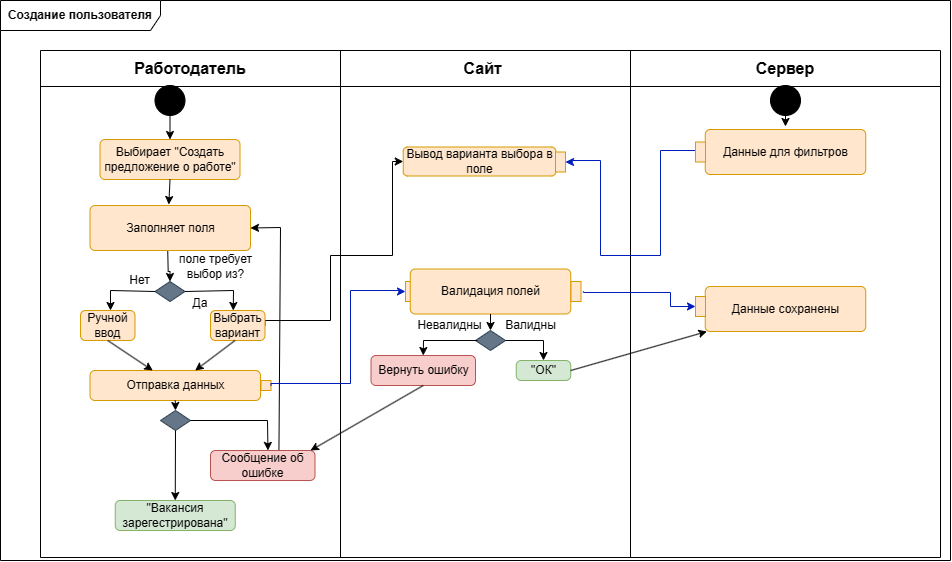
Above: Vacancy_publishing.drawio.png in Reem-Almasri/Freelancer-SPM (draw.io), before the change. Source tidied: cells renumbered, new cells last; positions are measured from the earlier drawing's top-left corner, leaving out a move shared by most shapes.
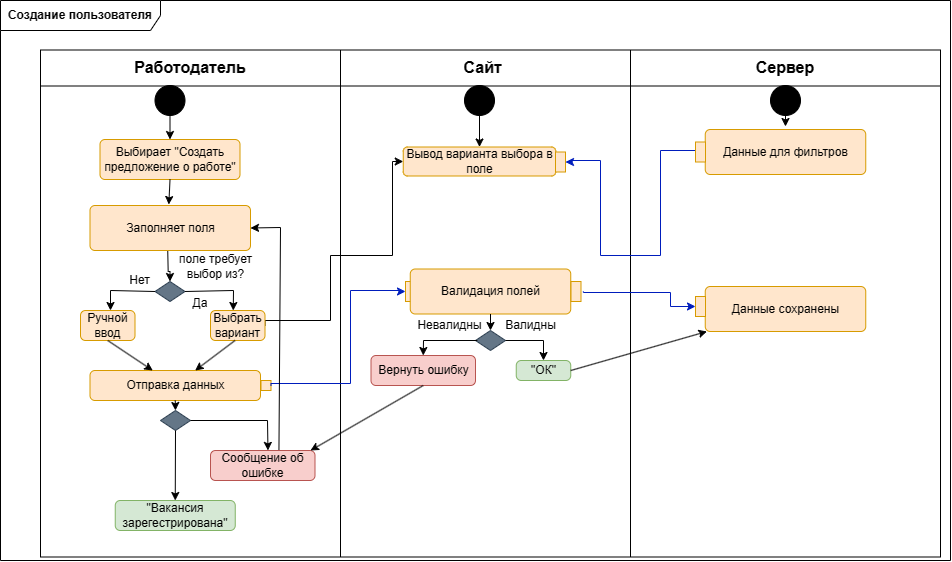
The same diagram one commit later.

Diff of the diagram source:
```diff
@@ -6,7 +6,7 @@
       <mxGeometry width="950" height="560" as="geometry" />
     </mxCell>
     <mxCell id="3" style="shape=table;startSize=0;fontSize=16;" parent="2" vertex="1">
-      <mxGeometry x="40" y="50" width="900" height="507" as="geometry" />
+      <mxGeometry x="40" y="49.5" width="900" height="507" as="geometry" />
     </mxCell>
     <mxCell id="4" style="shape=tableRow;horizontal=0;startSize=0;swimlaneHead=0;swimlaneBody=0;strokeColor=inherit;top=0;left=0;bottom=0;right=0;fillColor=none;fontSize=16;" parent="3" vertex="1">
       <mxGeometry width="900" height="36" as="geometry" />
@@ -248,5 +248,11 @@
     <mxCell id="61" style="endArrow=classic;html=1;rounded=0;exitX=0.5;exitY=1;exitDx=0;exitDy=0;entryX=0.5;entryY=0;entryDx=0;entryDy=0;" parent="2" edge="1" source="41" target="60">
       <mxGeometry relative="1" as="geometry" />
     </mxCell>
+    <mxCell id="62" style="ellipse;fillColor=strokeColor;html=1;" parent="2" vertex="1">
+      <mxGeometry x="464" y="85" width="30" height="30" as="geometry" />
+    </mxCell>
+    <mxCell id="63" style="endArrow=classic;html=1;rounded=0;exitX=0.5;exitY=1;exitDx=0;exitDy=0;" parent="2" edge="1" source="62" target="13">
+      <mxGeometry relative="1" as="geometry" />
+    </mxCell>
   </root>
 </mxGraphModel>
```
